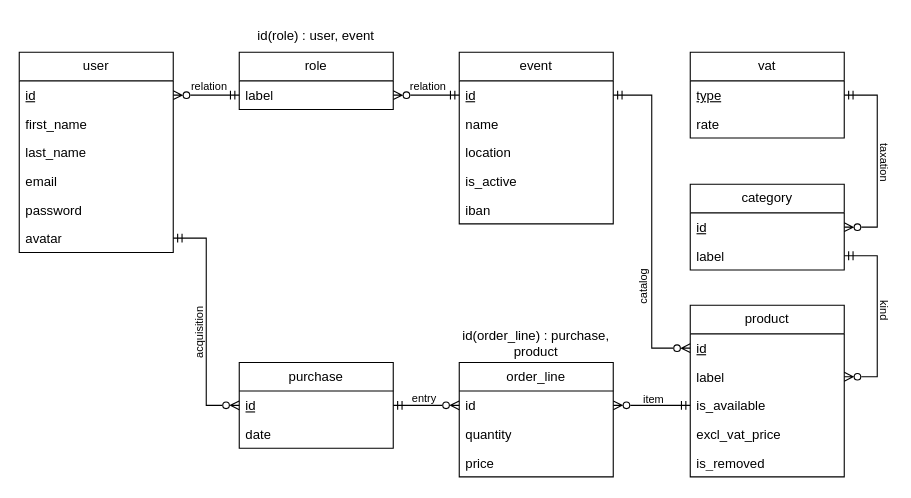
Earlier version of the draw.io diagram database/docs/entity-relationship-diagram.drawio (maxoux53/smartkiosk). Source tidied: cells renumbered, new cells numbered last; positions are measured from the earlier drawing's top-left corner, leaving out a move shared by most shapes. Both pictures are drawn from the tidied source at 110%, with x=0, y=0 at pixel (19, 19).
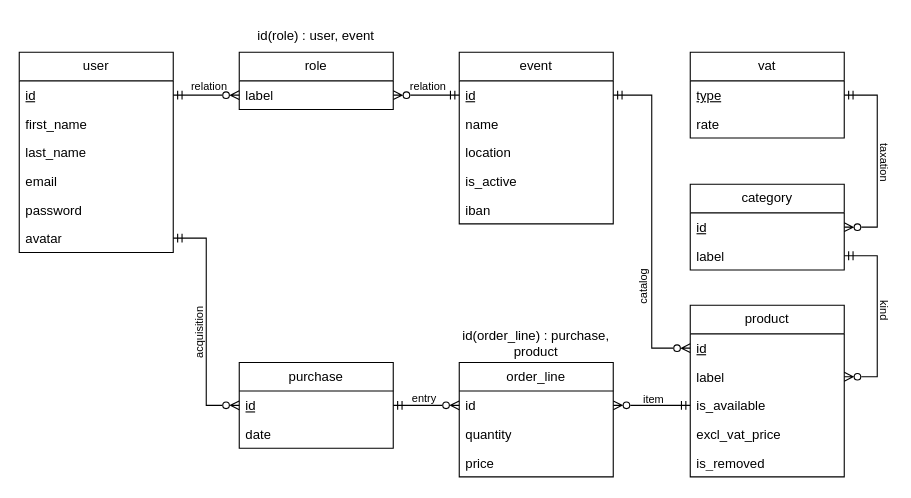
Above is the later version.

Commit message:
fix: reverse cardinality

Unchanged cells that the change refers to:
```xml
<mxCell id="3" value="id" style="text;strokeColor=none;fillColor=none;align=left;verticalAlign=top;spacingLeft=4;spacingRight=4;overflow=hidden;points=[[0,0.5],[1,0.5]];portConstraint=eastwest;whiteSpace=wrap;html=1;fontStyle=4;" parent="2" vertex="1">
  <mxGeometry y="26" width="140" height="26" as="geometry" />
</mxCell>
<mxCell id="47" value="label" style="text;strokeColor=none;fillColor=none;align=left;verticalAlign=top;spacingLeft=4;spacingRight=4;overflow=hidden;points=[[0,0.5],[1,0.5]];portConstraint=eastwest;whiteSpace=wrap;html=1;fontStyle=0;" parent="46" vertex="1">
  <mxGeometry y="26" width="140" height="26" as="geometry" />
</mxCell>
```

What changed in the source:
```diff
@@
-    <mxCell id="31" style="edgeStyle=orthogonalEdgeStyle;rounded=0;jettySize=auto;html=1;exitX=1;exitY=0.5;exitDx=0;exitDy=0;entryX=0;entryY=0.5;entryDx=0;entryDy=0;startArrow=ERzeroToMany;startFill=0;endArrow=ERmandOne;endFill=0;" parent="1" edge="1" source="3" target="47">
+    <mxCell id="31" style="edgeStyle=orthogonalEdgeStyle;rounded=0;jettySize=auto;html=1;exitX=1;exitY=0.5;exitDx=0;exitDy=0;entryX=0;entryY=0.5;entryDx=0;entryDy=0;startArrow=ERmandOne;startFill=0;endArrow=ERzeroToMany;endFill=0;" parent="1" edge="1" source="3" target="47">
       <mxGeometry relative="1" as="geometry" />
     </mxCell>
```
